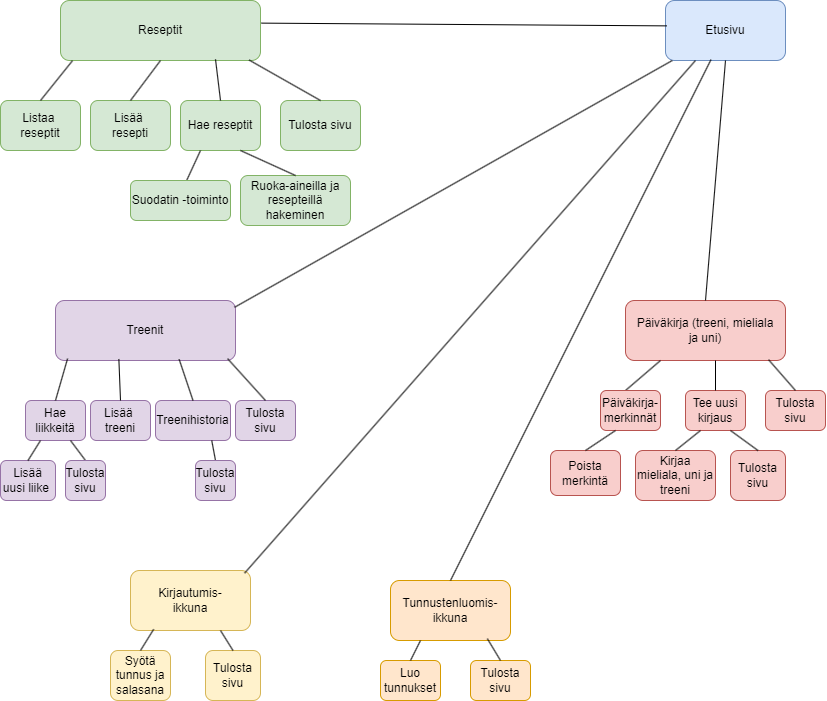
Above: Sisältökartta.drawio.png in PinjaCare/Projektity-n-kaaviot (draw.io), before the change. Source tidied: cells renumbered, new cells last; positions are measured from the earlier drawing's top-left corner, leaving out a move shared by most shapes.
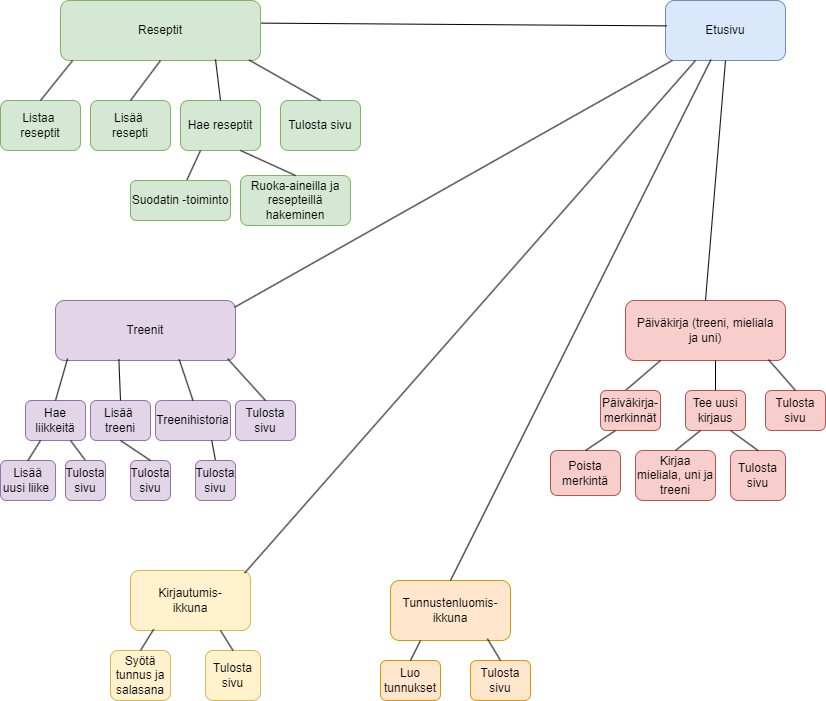
Above is the later version.

What changed in the source:
```diff
@@ -178,5 +178,11 @@
     <mxCell id="58" style="endArrow=none;html=1;rounded=0;entryX=0.25;entryY=1;entryDx=0;entryDy=0;exitX=0.5;exitY=0;exitDx=0;exitDy=0;" parent="1" edge="1" source="57" target="42">
       <mxGeometry relative="1" as="geometry" />
     </mxCell>
+    <mxCell id="59" value="Tulosta sivu" style="rounded=1;whiteSpace=wrap;html=1;fillColor=#e1d5e7;strokeColor=#9673a6;" parent="1" vertex="1">
+      <mxGeometry x="130" y="460" width="40" height="40" as="geometry" />
+    </mxCell>
+    <mxCell id="60" style="endArrow=none;html=1;rounded=0;exitX=0.5;exitY=0;exitDx=0;exitDy=0;entryX=0.5;entryY=1;entryDx=0;entryDy=0;" parent="1" edge="1" source="59" target="18">
+      <mxGeometry relative="1" as="geometry" />
+    </mxCell>
   </root>
 </mxGraphModel>
```
